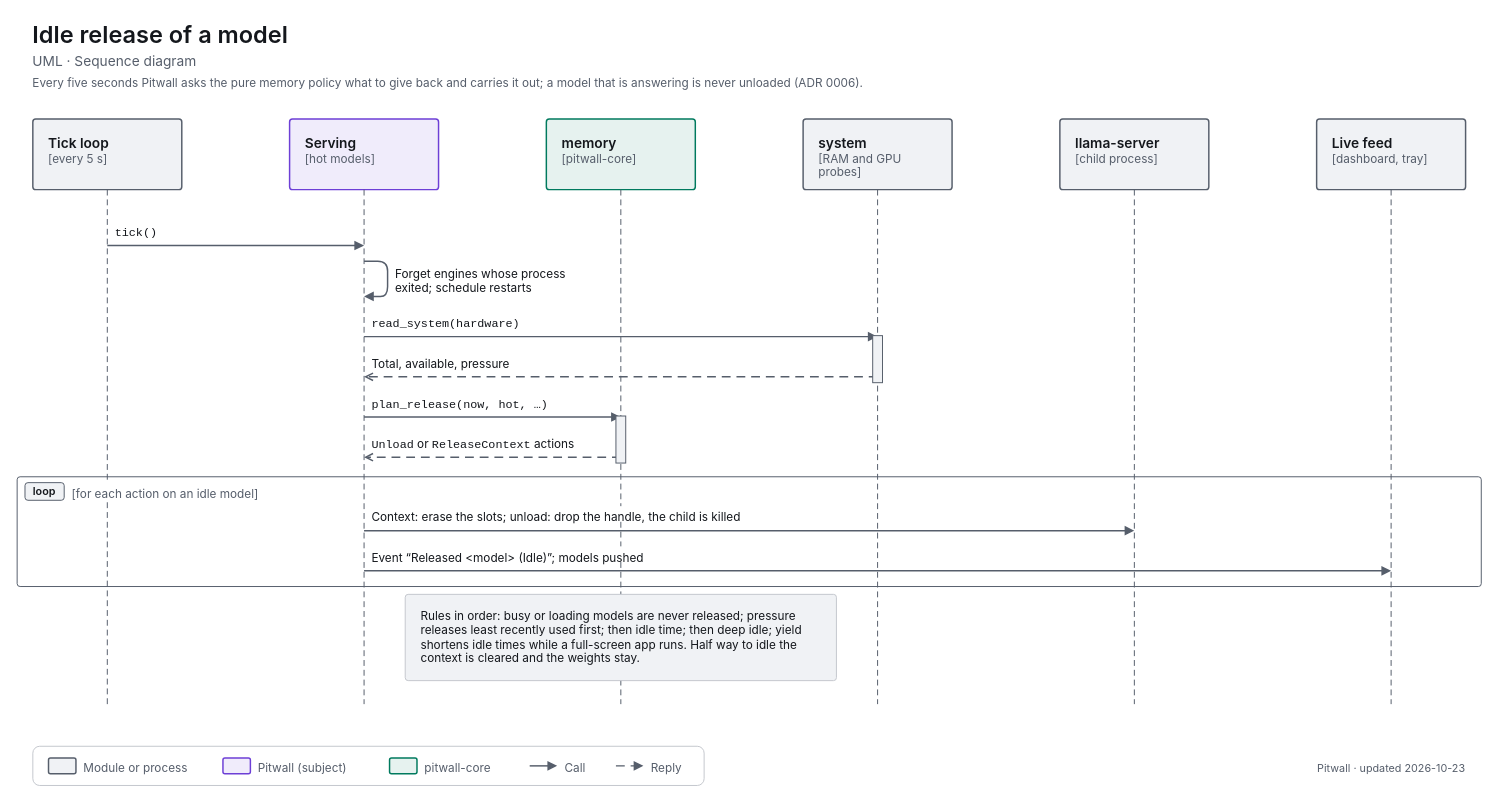
The draw.io diagram apps/pitwall/docs/diagrams/uml-seq-idle-release.drawio in decryp7/paddock, before the edit. Source tidied: cells renumbered, new cells numbered last; positions are measured from the earlier drawing's top-left corner, leaving out a move shared by most shapes. Both pictures are drawn from the tidied source at 98%, with x=0, y=0 at pixel (17, 17).
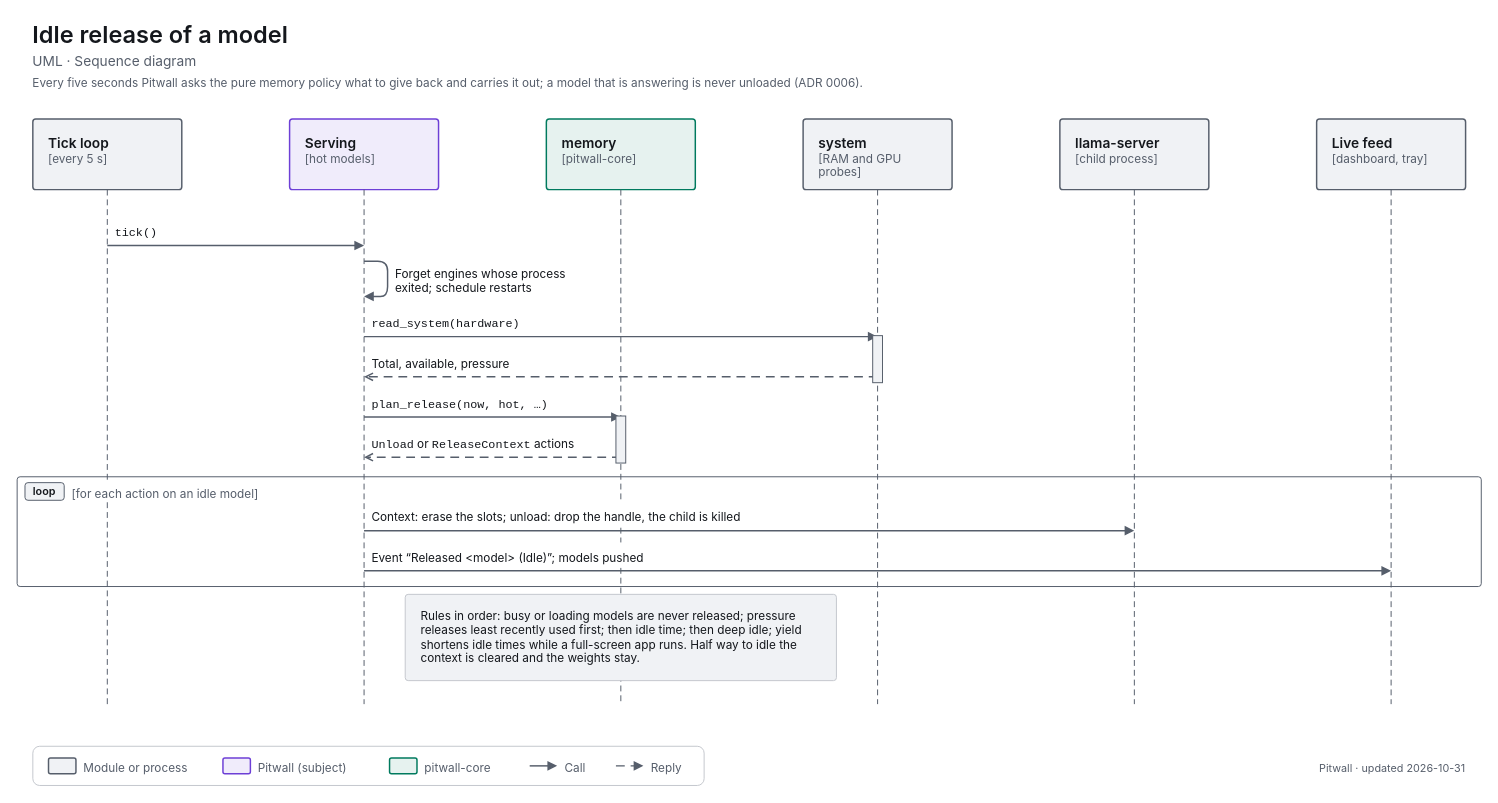
After the change.

The edit, as a diff of the source:
```diff
@@
     <mxCell id="14" style="edgeStyle=none;rounded=1;html=1;strokeWidth=1;strokeColor=light-dark(#565E6B,#A0A7B2);endArrow=none;endFill=0;endSize=6;dashed=1;dashPattern=6 4;" parent="1" edge="1">
       <mxGeometry relative="1" as="geometry">
         <mxPoint x="616" y="176" as="sourcePoint" />
-        <mxPoint x="616" y="499" as="targetPoint" />
+        <mxPoint x="616" y="495" as="targetPoint" />
       </mxGeometry>
     </mxCell>
     <mxCell id="15" style="edgeStyle=none;rounded=1;html=1;strokeWidth=1;strokeColor=light-dark(#565E6B,#A0A7B2);endArrow=none;endFill=0;endSize=6;dashed=1;dashPattern=6 4;" parent="1" edge="1">
       <mxGeometry relative="1" as="geometry">
-        <mxPoint x="616" y="515" as="sourcePoint" />
-        <mxPoint x="616" y="540" as="targetPoint" />
+        <mxPoint x="616" y="521" as="sourcePoint" />
+        <mxPoint x="616" y="536" as="targetPoint" />
       </mxGeometry>
     </mxCell>
     <mxCell id="16" style="edgeStyle=none;rounded=1;html=1;strokeWidth=1;strokeColor=light-dark(#565E6B,#A0A7B2);endArrow=none;endFill=0;endSize=6;dashed=1;dashPattern=6 4;" parent="1" edge="1">
       <mxGeometry relative="1" as="geometry">
-        <mxPoint x="616" y="556" as="sourcePoint" />
+        <mxPoint x="616" y="562" as="sourcePoint" />
         <mxPoint x="616" y="701" as="targetPoint" />
       </mxGeometry>
     </mxCell>
@@
-    <mxCell id="53" value="&lt;span style=&quot;font-size:11px;font-weight:400&quot;&gt;Pitwall · updated 2026-10-23&lt;/span&gt;" style="html=1;whiteSpace=wrap;fontFamily=-apple-system,BlinkMacSystemFont,Segoe UI,system-ui,sans-serif;fontSize=12;fontColor=light-dark(#14171C,#ECEEF1);text;strokeColor=none;fillColor=none;align=right;verticalAlign=top;spacing=0;fontColor=light-dark(#565E6B,#A0A7B2);" parent="1" vertex="1">
+    <mxCell id="53" value="&lt;span style=&quot;font-size:11px;font-weight:400&quot;&gt;Pitwall · updated 2026-10-31&lt;/span&gt;" style="html=1;whiteSpace=wrap;fontFamily=-apple-system,BlinkMacSystemFont,Segoe UI,system-ui,sans-serif;fontSize=12;fontColor=light-dark(#14171C,#ECEEF1);text;strokeColor=none;fillColor=none;align=right;verticalAlign=top;spacing=0;fontColor=light-dark(#565E6B,#A0A7B2);" parent="1" vertex="1">
       <mxGeometry x="1118" y="755" width="360" height="18" as="geometry" />
     </mxCell>
```
